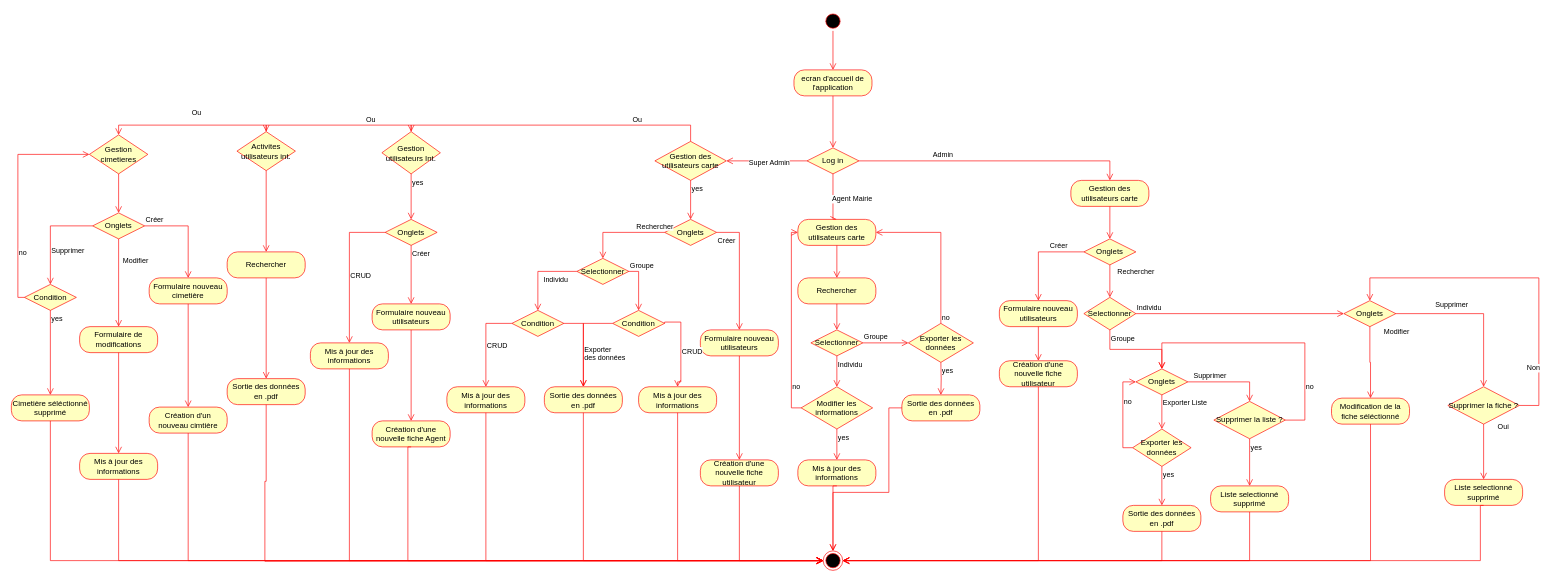
Earlier version of the draw.io diagram page "Diagramme d'activités" (3 of 4) of accésCimAmiens.drawio (lemairemarius/Uml). Source tidied: cells renumbered, new cells numbered last; positions are measured from the earlier drawing's top-left corner, leaving out a move shared by most shapes. Both pictures are drawn from the tidied source at 65%, with x=0, y=0 at pixel (11, 11).
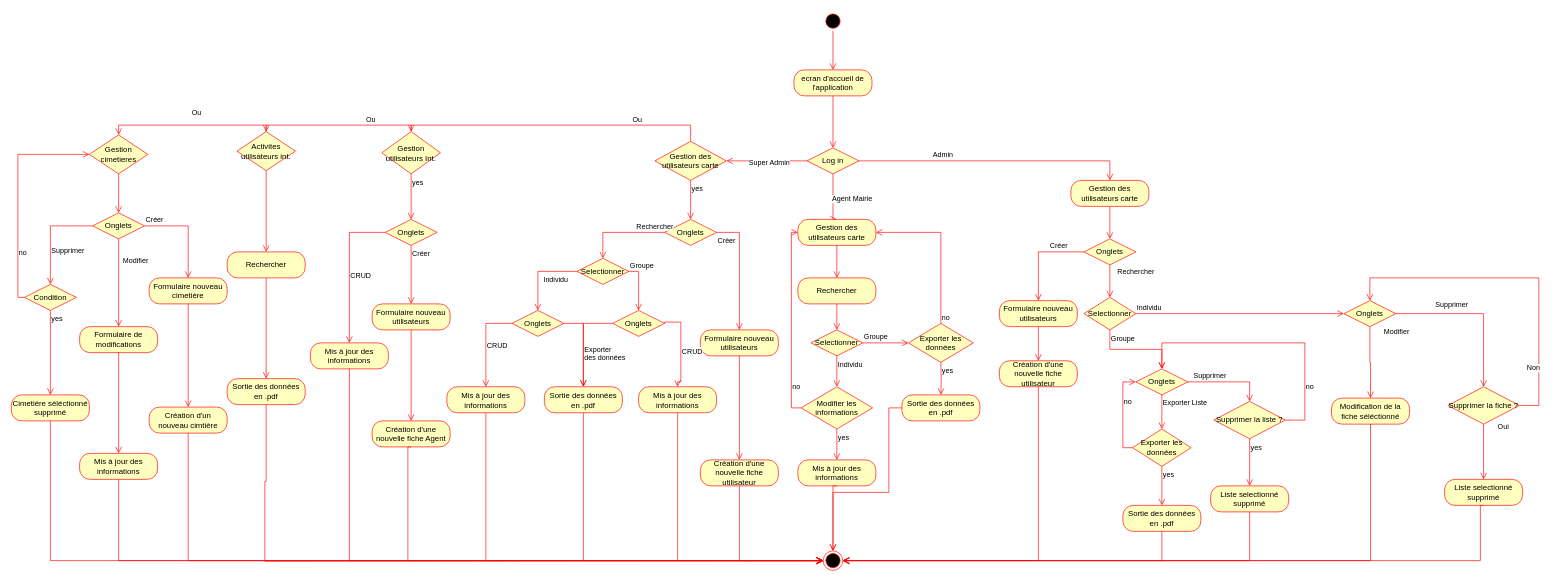
The same page after the edit.

The edit, as a diff of the source:
```diff
@@
-    <mxCell id="81" value="Condition" style="rhombus;whiteSpace=wrap;html=1;fillColor=#ffffc0;strokeColor=#ff0000;" parent="1" vertex="1">
+    <mxCell id="81" value="Onglets" style="rhombus;whiteSpace=wrap;html=1;fillColor=#ffffc0;strokeColor=#ff0000;" parent="1" vertex="1">
       <mxGeometry x="770" y="460" width="80" height="40" as="geometry" />
     </mxCell>
@@
-    <mxCell id="83" value="Condition" style="rhombus;whiteSpace=wrap;html=1;fillColor=#ffffc0;strokeColor=#ff0000;" parent="1" vertex="1">
+    <mxCell id="83" value="Onglets" style="rhombus;whiteSpace=wrap;html=1;fillColor=#ffffc0;strokeColor=#ff0000;" parent="1" vertex="1">
       <mxGeometry x="925" y="460" width="80" height="40" as="geometry" />
     </mxCell>
```
